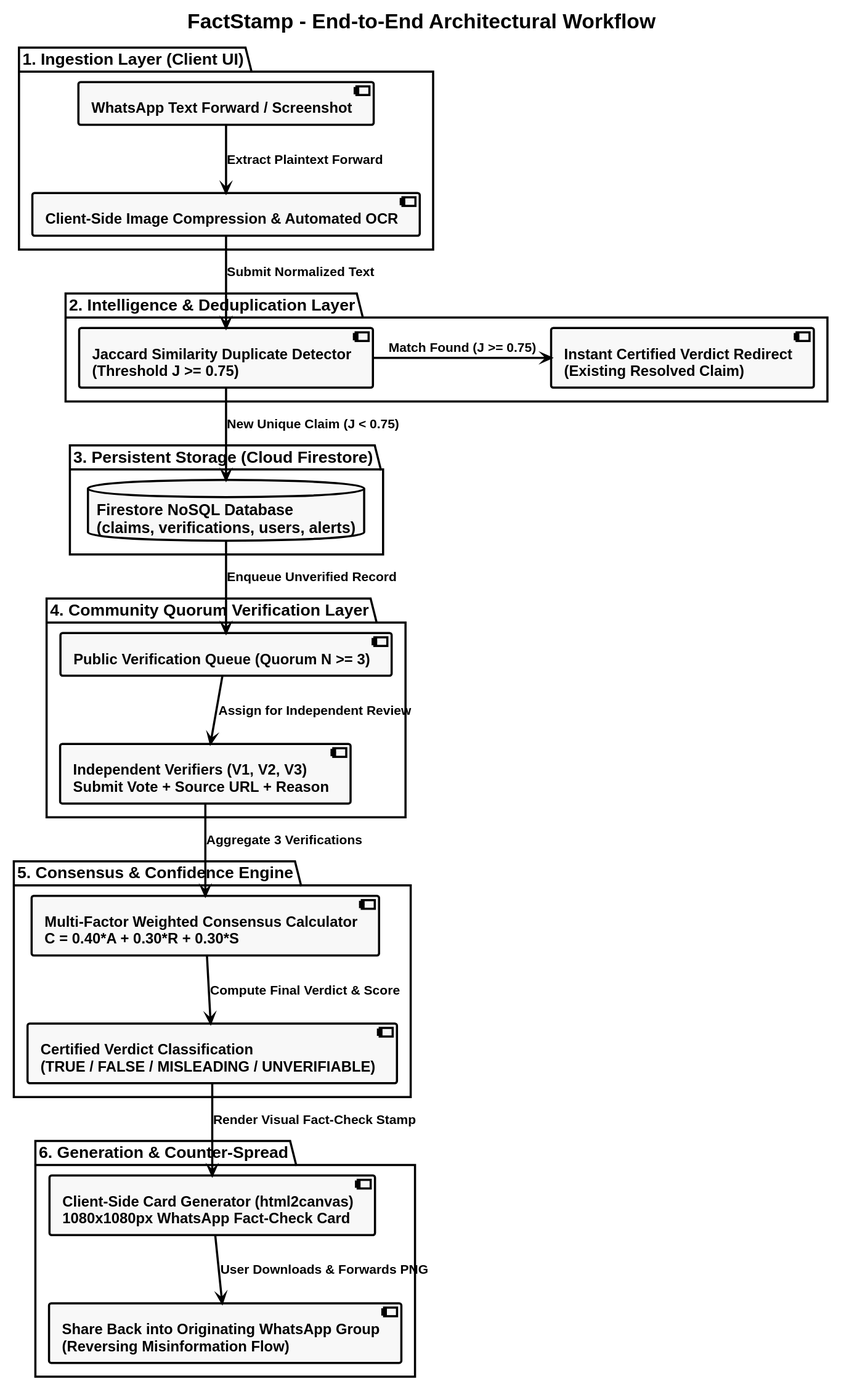
Earlier version of the PlantUML export FactStamp/Project Synopsis/attachments/system_workflow.svg (aadish0day/typst).
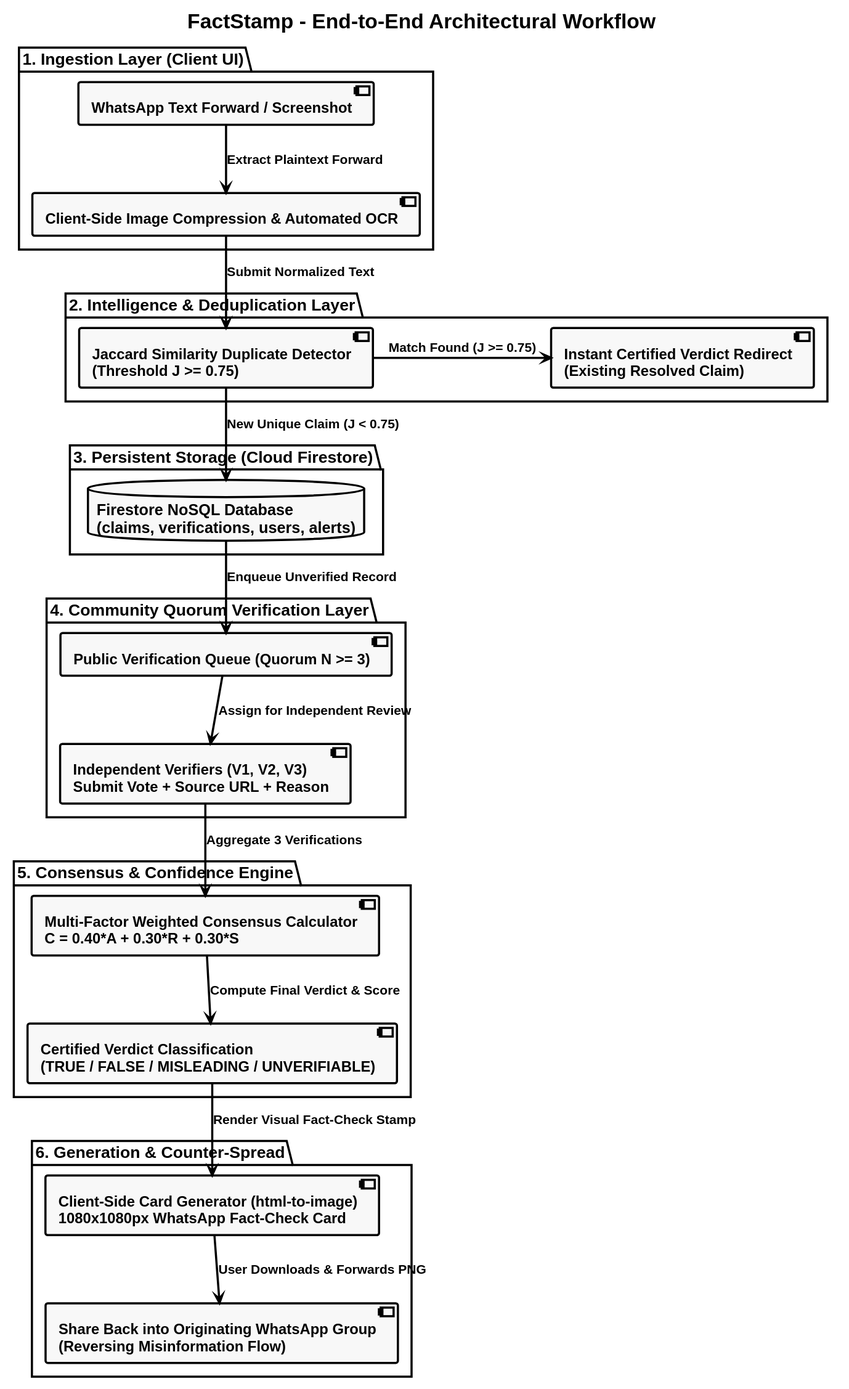
The same diagram one commit later.

Change to the diagram source:
```diff
@@ -65,7 +65,7 @@
 }
 
 package "6. Generation & Counter-Spread" {
-  [Client-Side Card Generator (html2canvas)\n1080x1080px WhatsApp Fact-Check Card] as CARD
+  [Client-Side Card Generator (html-to-image)\n1080x1080px WhatsApp Fact-Check Card] as CARD
   [Share Back into Originating WhatsApp Group\n(Reversing Misinformation Flow)] as SHARE
   VERDICT -down-> CARD : Render Visual Fact-Check Stamp
   CARD -down-> SHARE : User Downloads & Forwards PNG
```
